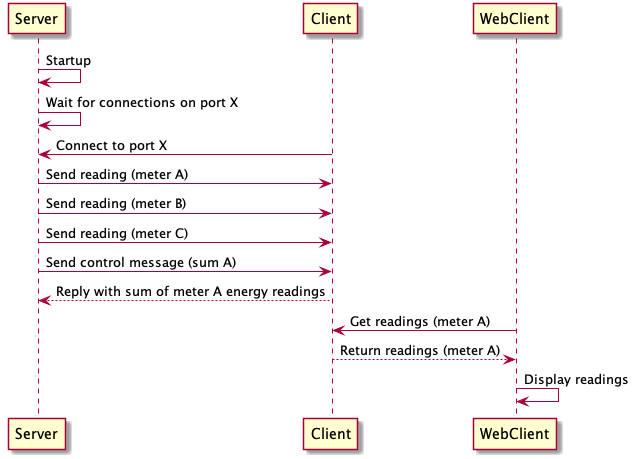
fresh-energy/coding-challenge keeps this PlantUML diagram as docs/system.png. Above is the earlier version. Its source is kept beside it as docs/system.puml.
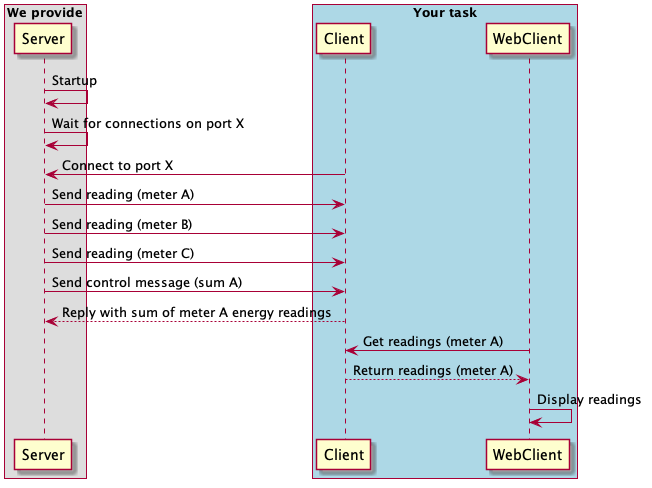
The same diagram one commit later.

The edit, as a diff of the source:
```diff
@@ -1,4 +1,14 @@
 @startuml
+
+box "We provide"
+    participant Server
+end box
+
+box "Your task" #Lightblue
+        participant Client
+        participant WebClient
+end box
+
 
 Server -> Server: Startup
 Server -> Server: Wait for connections on port X
```
